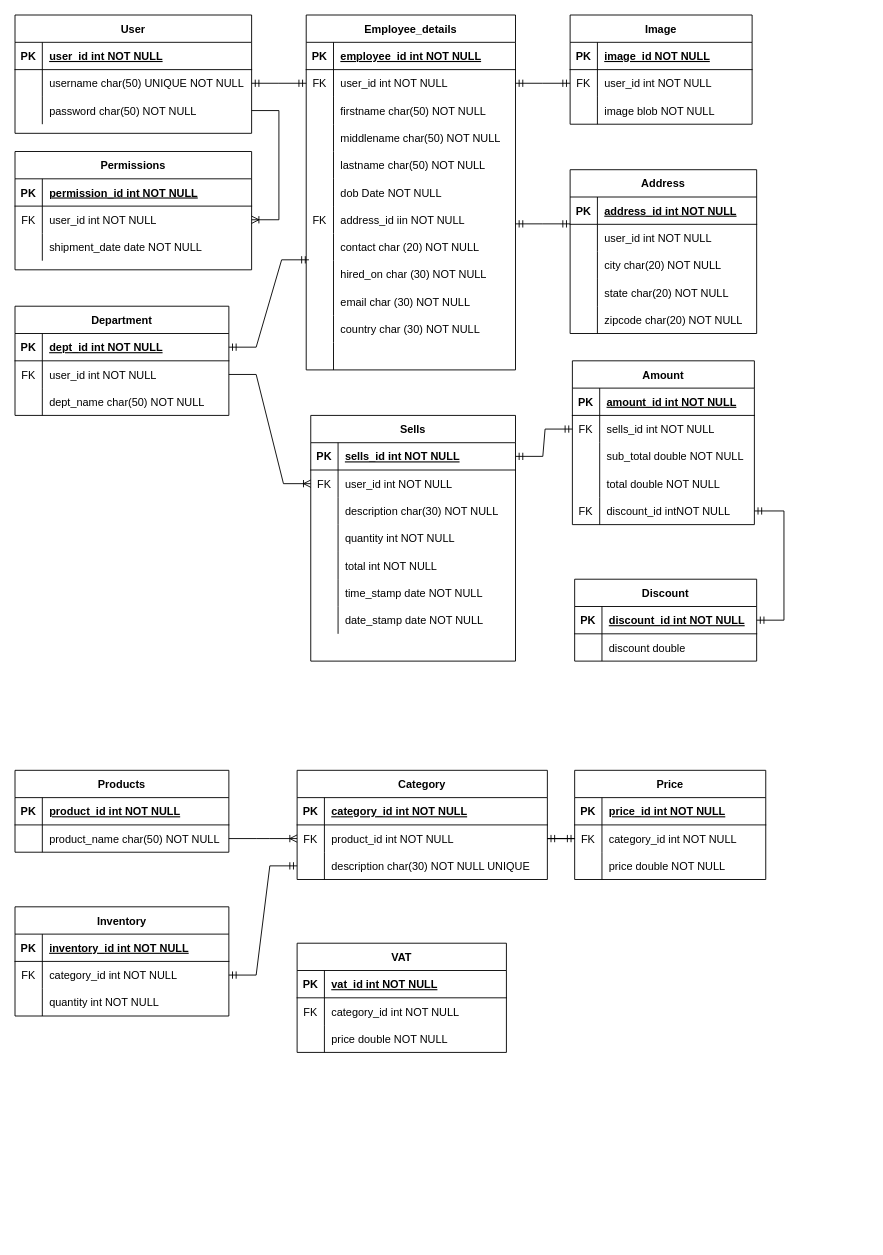
Earlier version of the draw.io diagram iInvent.drawio (redolf250/Entity-Relation-Diagrams). Source tidied: cells renumbered, new cells numbered last; positions are measured from the earlier drawing's top-left corner, leaving out a move shared by most shapes. Both pictures are drawn from the tidied source at 91%, with x=0, y=0 at pixel (15, 15).
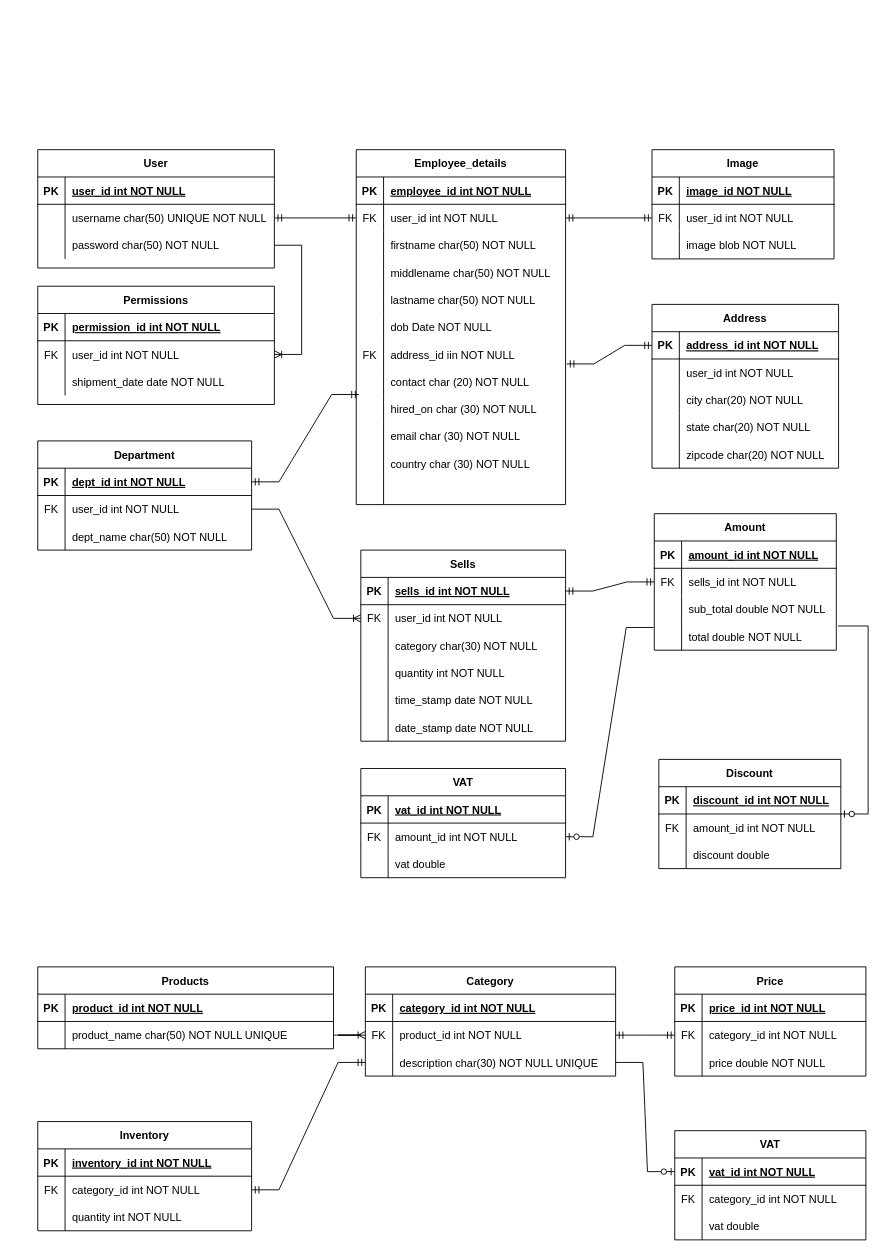
The same diagram, later.

Unchanged cells that the change refers to:
```xml
<mxCell id="21" style="shape=partialRectangle;fillColor=none;points=[[0,0.5],[1,0.5]];portConstraint=eastwest;top=0;left=0;right=0;bottom=0;" parent="2" vertex="1">
  <mxGeometry y="210" width="230" height="30" as="geometry" />
</mxCell>
<mxCell id="73" style="shape=tableRow;horizontal=0;startSize=0;swimlaneHead=0;swimlaneBody=0;fillColor=none;points=[[0,0.5],[1,0.5]];portConstraint=eastwest;top=0;left=0;right=0;bottom=1;" parent="72" vertex="1">
  <mxGeometry y="30" width="205" height="30" as="geometry" />
</mxCell>
<mxCell id="114" style="shape=tableRow;horizontal=0;startSize=0;swimlaneHead=0;swimlaneBody=0;fillColor=none;points=[[0,0.5],[1,0.5]];portConstraint=eastwest;top=0;left=0;right=0;bottom=0;" parent="107" vertex="1">
  <mxGeometry y="90" width="275" height="30" as="geometry" />
</mxCell>
<mxCell id="147" style="shape=tableRow;horizontal=0;startSize=0;swimlaneHead=0;swimlaneBody=0;fillColor=none;top=0;left=0;right=0;bottom=0;" parent="140" vertex="1">
  <mxGeometry y="90" width="225" height="30" as="geometry" />
</mxCell>
<mxCell id="170" style="shape=tableRow;horizontal=0;startSize=0;swimlaneHead=0;swimlaneBody=0;fillColor=none;points=[[0,0.5],[1,0.5]];portConstraint=eastwest;top=0;left=0;right=0;bottom=0;" parent="163" vertex="1">
  <mxGeometry y="90" width="200" height="30" as="geometry" />
</mxCell>
<mxCell id="173" style="shape=tableRow;horizontal=0;startSize=0;swimlaneHead=0;swimlaneBody=0;fillColor=none;points=[[0,0.5],[1,0.5]];portConstraint=eastwest;top=0;left=0;right=0;bottom=0;" parent="163" vertex="1">
  <mxGeometry y="120" width="200" height="30" as="geometry" />
</mxCell>
<mxCell id="194" style="shape=tableRow;horizontal=0;startSize=0;swimlaneHead=0;swimlaneBody=0;fillColor=none;top=0;left=0;right=0;bottom=0;" parent="190" vertex="1">
  <mxGeometry y="60" width="200" height="30" as="geometry" />
</mxCell>
```

Diff of the diagram source:
```diff
@@
     <mxCell id="2" value="Employee_details" style="shape=table;startSize=30;childLayout=tableLayout;rowLines=0;fontStyle=1;align=center;" parent="1" vertex="1">
-      <mxGeometry x="320" width="230" height="390" as="geometry" />
+      <mxGeometry x="375" y="148" width="230" height="390" as="geometry" />
     </mxCell>
@@
     <mxCell id="39" value="Permissions" style="shape=table;startSize=30;childLayout=tableLayout;rowLines=0;fontStyle=1;align=center;" parent="1" vertex="1">
-      <mxGeometry y="150" width="260" height="130" as="geometry" />
+      <mxGeometry x="25" y="298" width="260" height="130" as="geometry" />
     </mxCell>
@@
     <mxCell id="49" value="User" style="shape=table;startSize=30;childLayout=tableLayout;rowLines=0;fontStyle=1;align=center;" parent="1" vertex="1">
-      <mxGeometry width="260" height="130" as="geometry" />
+      <mxGeometry x="25" y="148" width="260" height="130" as="geometry" />
     </mxCell>
@@
     <mxCell id="61" value="Image" style="shape=table;startSize=30;childLayout=tableLayout;rowLines=0;fontStyle=1;align=center;" parent="1" vertex="1">
-      <mxGeometry x="610" width="200" height="120" as="geometry" />
+      <mxGeometry x="700" y="148" width="200" height="120" as="geometry" />
     </mxCell>
@@
     <mxCell id="72" value="Address" style="shape=table;startSize=30;childLayout=tableLayout;rowLines=0;fontStyle=1;align=center;" parent="1" vertex="1">
-      <mxGeometry x="610" y="170" width="205" height="180" as="geometry" />
+      <mxGeometry x="700" y="318" width="205" height="180" as="geometry" />
     </mxCell>
@@
-    <mxCell id="88" style="edgeStyle=entityRelationEdgeStyle;fontSize=12;html=1;endArrow=ERmandOne;startArrow=ERmandOne;rounded=0;entryX=0;entryY=0.5;entryDx=0;entryDy=0;exitX=1;exitY=0.5;exitDx=0;exitDy=0;" parent="1" edge="1">
-      <mxGeometry relative="1" as="geometry">
-        <mxPoint x="550" y="229.5" as="sourcePoint" />
-        <mxPoint x="610" y="229.5" as="targetPoint" />
-      </mxGeometry>
+    <mxCell id="88" style="edgeStyle=entityRelationEdgeStyle;fontSize=12;html=1;endArrow=ERmandOne;startArrow=ERmandOne;rounded=0;entryX=0;entryY=0.5;entryDx=0;entryDy=0;exitX=1.005;exitY=0.847;exitDx=0;exitDy=0;exitPerimeter=0;" parent="1" edge="1" source="21" target="73">
+      <mxGeometry relative="1" as="geometry" />
     </mxCell>
     <mxCell id="89" value="Department" style="shape=table;startSize=30;childLayout=tableLayout;rowLines=0;fontStyle=1;align=center;" parent="1" vertex="1">
-      <mxGeometry y="320" width="235" height="120" as="geometry" />
+      <mxGeometry x="25" y="468" width="235" height="120" as="geometry" />
     </mxCell>
@@
     <mxCell id="100" value="Products" style="shape=table;startSize=30;childLayout=tableLayout;rowLines=0;fontStyle=1;align=center;" parent="1" vertex="1">
-      <mxGeometry y="830" width="235" height="90" as="geometry" />
+      <mxGeometry x="25" y="1046" width="325" height="90" as="geometry" />
     </mxCell>
     <mxCell id="101" style="shape=tableRow;horizontal=0;startSize=0;swimlaneHead=0;swimlaneBody=0;fillColor=none;top=0;left=0;right=0;bottom=1;" parent="100" vertex="1">
-      <mxGeometry y="30" width="235" height="30" as="geometry" />
+      <mxGeometry y="30" width="325" height="30" as="geometry" />
     </mxCell>
@@
     <mxCell id="103" value="product_id int NOT NULL" style="shape=partialRectangle;fillColor=none;top=0;left=0;bottom=0;right=0;align=left;spacingLeft=6;fontStyle=5;overflow=hidden;" parent="101" vertex="1">
-      <mxGeometry x="30" width="205" height="30" as="geometry" />
+      <mxGeometry x="30" width="295" height="30" as="geometry" />
     </mxCell>
     <mxCell id="104" style="shape=tableRow;horizontal=0;startSize=0;swimlaneHead=0;swimlaneBody=0;fillColor=none;points=[[0,0.5],[1,0.5]];portConstraint=eastwest;top=0;left=0;right=0;bottom=0;" parent="100" vertex="1">
-      <mxGeometry y="60" width="235" height="30" as="geometry" />
+      <mxGeometry y="60" width="325" height="30" as="geometry" />
     </mxCell>
@@
-    <mxCell id="106" value="product_name char(50) NOT NULL" style="shape=partialRectangle;fillColor=none;top=0;left=0;bottom=0;right=0;align=left;spacingLeft=6;overflow=hidden;" parent="104" vertex="1">
-      <mxGeometry x="30" width="205" height="30" as="geometry" />
+    <mxCell id="106" value="product_name char(50) NOT NULL UNIQUE" style="shape=partialRectangle;fillColor=none;top=0;left=0;bottom=0;right=0;align=left;spacingLeft=6;overflow=hidden;" parent="104" vertex="1">
+      <mxGeometry x="30" width="295" height="30" as="geometry" />
     </mxCell>
     <mxCell id="107" value="Category" style="shape=table;startSize=30;childLayout=tableLayout;rowLines=0;fontStyle=1;align=center;" parent="1" vertex="1">
-      <mxGeometry x="310" y="830" width="275" height="120" as="geometry" />
+      <mxGeometry x="385" y="1046" width="275" height="120" as="geometry" />
     </mxCell>
@@
     <mxCell id="118" value="Price" style="shape=table;startSize=30;childLayout=tableLayout;rowLines=0;fontStyle=1;align=center;" parent="1" vertex="1">
-      <mxGeometry x="615" y="830" width="210" height="120" as="geometry" />
+      <mxGeometry x="725" y="1046" width="210" height="120" as="geometry" />
     </mxCell>
@@
     <mxCell id="129" value="Inventory" style="shape=table;startSize=30;childLayout=tableLayout;rowLines=0;fontStyle=1;align=center;" parent="1" vertex="1">
-      <mxGeometry y="980" width="235" height="120" as="geometry" />
+      <mxGeometry x="25" y="1216" width="235" height="120" as="geometry" />
     </mxCell>
@@
     <mxCell id="140" value="Sells" style="shape=table;startSize=30;childLayout=tableLayout;rowLines=0;fontStyle=1;align=center;" parent="1" vertex="1">
-      <mxGeometry x="325" y="440" width="225" height="270" as="geometry" />
+      <mxGeometry x="380" y="588" width="225" height="210" as="geometry" />
     </mxCell>
@@
-    <mxCell id="149" value="description char(30) NOT NULL" style="shape=partialRectangle;fillColor=none;top=0;left=0;bottom=0;right=0;align=left;spacingLeft=6;overflow=hidden;" parent="147" vertex="1">
+    <mxCell id="149" value="category char(30) NOT NULL" style="shape=partialRectangle;fillColor=none;top=0;left=0;bottom=0;right=0;align=left;spacingLeft=6;overflow=hidden;" parent="147" vertex="1">
       <mxGeometry x="30" width="195" height="30" as="geometry" />
     </mxCell>
@@
-    <mxCell id="153" style="shape=tableRow;horizontal=0;startSize=0;swimlaneHead=0;swimlaneBody=0;fillColor=none;top=0;left=0;right=0;bottom=0;" parent="140" vertex="1">
-      <mxGeometry y="150" width="225" height="30" as="geometry" />
-    </mxCell>
-    <mxCell id="154" style="shape=partialRectangle;fillColor=none;top=0;left=0;bottom=0;right=0;overflow=hidden;" parent="153" vertex="1">
-      <mxGeometry width="30" height="30" as="geometry" />
-    </mxCell>
-    <mxCell id="155" value="total int NOT NULL" style="shape=partialRectangle;fillColor=none;top=0;left=0;bottom=0;right=0;align=left;spacingLeft=6;overflow=hidden;" parent="153" vertex="1">
-      <mxGeometry x="30" width="195" height="30" as="geometry" />
-    </mxCell>
     <mxCell id="156" style="shape=tableRow;horizontal=0;startSize=0;swimlaneHead=0;swimlaneBody=0;fillColor=none;top=0;left=0;right=0;bottom=0;" parent="140" vertex="1">
-      <mxGeometry y="180" width="225" height="30" as="geometry" />
+      <mxGeometry y="150" width="225" height="30" as="geometry" />
     </mxCell>
@@
     <mxCell id="159" style="shape=tableRow;horizontal=0;startSize=0;swimlaneHead=0;swimlaneBody=0;fillColor=none;top=0;left=0;right=0;bottom=0;" parent="140" vertex="1">
-      <mxGeometry y="210" width="225" height="30" as="geometry" />
+      <mxGeometry y="180" width="225" height="30" as="geometry" />
     </mxCell>
@@
     <mxCell id="163" value="Amount" style="shape=table;startSize=30;childLayout=tableLayout;rowLines=0;fontStyle=1;align=center;" parent="1" vertex="1">
-      <mxGeometry x="612.5" y="380" width="200" height="180" as="geometry" />
+      <mxGeometry x="702.5" y="548" width="200" height="150" as="geometry" />
     </mxCell>
@@
-    <mxCell id="176" style="shape=tableRow;horizontal=0;startSize=0;swimlaneHead=0;swimlaneBody=0;fillColor=none;points=[[0,0.5],[1,0.5]];portConstraint=eastwest;top=0;left=0;right=0;bottom=0;" parent="163" vertex="1">
-      <mxGeometry y="150" width="200" height="30" as="geometry" />
-    </mxCell>
-    <mxCell id="177" value="FK" style="shape=partialRectangle;fillColor=none;top=0;left=0;bottom=0;right=0;overflow=hidden;" parent="176" vertex="1">
-      <mxGeometry width="30" height="30" as="geometry" />
-    </mxCell>
-    <mxCell id="178" value="discount_id intNOT NULL" style="shape=partialRectangle;fillColor=none;top=0;left=0;bottom=0;right=0;align=left;spacingLeft=6;overflow=hidden;" parent="176" vertex="1">
-      <mxGeometry x="30" width="170" height="30" as="geometry" />
-    </mxCell>
@@
     <mxCell id="180" value="VAT" style="shape=table;startSize=30;childLayout=tableLayout;rowLines=0;fontStyle=1;align=center;" parent="1" vertex="1">
-      <mxGeometry x="310" y="1020" width="230" height="120" as="geometry" />
+      <mxGeometry x="380" y="828" width="225" height="120" as="geometry" />
     </mxCell>
     <mxCell id="181" style="shape=tableRow;horizontal=0;startSize=0;swimlaneHead=0;swimlaneBody=0;fillColor=none;top=0;left=0;right=0;bottom=1;" parent="180" vertex="1">
-      <mxGeometry y="30" width="230" height="30" as="geometry" />
+      <mxGeometry y="30" width="225" height="30" as="geometry" />
     </mxCell>
@@
     <mxCell id="183" value="vat_id int NOT NULL" style="shape=partialRectangle;fillColor=none;top=0;left=0;bottom=0;right=0;align=left;spacingLeft=6;fontStyle=5;overflow=hidden;" parent="181" vertex="1">
-      <mxGeometry x="30" width="200" height="30" as="geometry" />
+      <mxGeometry x="30" width="195" height="30" as="geometry" />
     </mxCell>
     <mxCell id="184" style="shape=tableRow;horizontal=0;startSize=0;swimlaneHead=0;swimlaneBody=0;fillColor=none;points=[[0,0.5],[1,0.5]];portConstraint=eastwest;top=0;left=0;right=0;bottom=0;" parent="180" vertex="1">
-      <mxGeometry y="60" width="230" height="30" as="geometry" />
+      <mxGeometry y="60" width="225" height="30" as="geometry" />
     </mxCell>
@@
-    <mxCell id="186" value="category_id int NOT NULL" style="shape=partialRectangle;fillColor=none;top=0;left=0;bottom=0;right=0;align=left;spacingLeft=6;overflow=hidden;" parent="184" vertex="1">
-      <mxGeometry x="30" width="200" height="30" as="geometry" />
+    <mxCell id="186" value="amount_id int NOT NULL" style="shape=partialRectangle;fillColor=none;top=0;left=0;bottom=0;right=0;align=left;spacingLeft=6;overflow=hidden;" parent="184" vertex="1">
+      <mxGeometry x="30" width="195" height="30" as="geometry" />
     </mxCell>
     <mxCell id="187" style="shape=tableRow;horizontal=0;startSize=0;swimlaneHead=0;swimlaneBody=0;fillColor=none;top=0;left=0;right=0;bottom=0;" parent="180" vertex="1">
-      <mxGeometry y="90" width="230" height="30" as="geometry" />
+      <mxGeometry y="90" width="225" height="30" as="geometry" />
     </mxCell>
@@
-    <mxCell id="189" value="price double NOT NULL" style="shape=partialRectangle;fillColor=none;top=0;left=0;bottom=0;right=0;align=left;spacingLeft=6;overflow=hidden;" parent="187" vertex="1">
-      <mxGeometry x="30" width="200" height="30" as="geometry" />
+    <mxCell id="189" value="vat double " style="shape=partialRectangle;fillColor=none;top=0;left=0;bottom=0;right=0;align=left;spacingLeft=6;overflow=hidden;" parent="187" vertex="1">
+      <mxGeometry x="30" width="195" height="30" as="geometry" />
     </mxCell>
     <mxCell id="190" value="Discount" style="shape=table;startSize=30;childLayout=tableLayout;rowLines=0;fontStyle=1;align=center;" parent="1" vertex="1">
-      <mxGeometry x="615" y="620" width="200" height="90" as="geometry" />
+      <mxGeometry x="707.5" y="818" width="200" height="120" as="geometry" />
     </mxCell>
@@
-    <mxCell id="195" style="shape=partialRectangle;fillColor=none;top=0;left=0;bottom=0;right=0;overflow=hidden;" parent="194" vertex="1">
+    <mxCell id="195" value="FK" style="shape=partialRectangle;fillColor=none;top=0;left=0;bottom=0;right=0;overflow=hidden;" parent="194" vertex="1">
       <mxGeometry width="30" height="30" as="geometry" />
     </mxCell>
-    <mxCell id="196" value="discount double" style="shape=partialRectangle;fillColor=none;top=0;left=0;bottom=0;right=0;align=left;spacingLeft=6;overflow=hidden;" parent="194" vertex="1">
+    <mxCell id="196" value="amount_id int NOT NULL" style="shape=partialRectangle;fillColor=none;top=0;left=0;bottom=0;right=0;align=left;spacingLeft=6;overflow=hidden;" parent="194" vertex="1">
       <mxGeometry x="30" width="170" height="30" as="geometry" />
     </mxCell>
-    <mxCell id="197" style="edgeStyle=entityRelationEdgeStyle;fontSize=12;html=1;endArrow=ERmandOne;startArrow=ERmandOne;rounded=0;exitX=1;exitY=0.5;exitDx=0;exitDy=0;" parent="1" edge="1" source="176" target="190">
-      <mxGeometry relative="1" as="geometry" />
-    </mxCell>
+    <mxCell id="198" style="shape=tableRow;horizontal=0;startSize=0;swimlaneHead=0;swimlaneBody=0;fillColor=none;top=0;left=0;right=0;bottom=0;" parent="190" vertex="1">
+      <mxGeometry y="90" width="200" height="30" as="geometry" />
+    </mxCell>
+    <mxCell id="199" style="shape=partialRectangle;fillColor=none;top=0;left=0;bottom=0;right=0;overflow=hidden;" parent="198" vertex="1">
+      <mxGeometry width="30" height="30" as="geometry" />
+    </mxCell>
+    <mxCell id="200" value="discount double" style="shape=partialRectangle;fillColor=none;top=0;left=0;bottom=0;right=0;align=left;spacingLeft=6;overflow=hidden;" parent="198" vertex="1">
+      <mxGeometry x="30" width="170" height="30" as="geometry" />
+    </mxCell>
+    <mxCell id="201" style="edgeStyle=entityRelationEdgeStyle;fontSize=12;html=1;endArrow=ERzeroToOne;endFill=1;rounded=0;shadow=0;exitX=1.009;exitY=1.113;exitDx=0;exitDy=0;exitPerimeter=0;" parent="1" edge="1" source="170" target="190">
+      <mxGeometry relative="1" as="geometry" />
+    </mxCell>
+    <mxCell id="202" value="VAT" style="shape=table;startSize=30;childLayout=tableLayout;rowLines=0;fontStyle=1;align=center;" parent="1" vertex="1">
+      <mxGeometry x="725" y="1226" width="210" height="120" as="geometry" />
+    </mxCell>
+    <mxCell id="203" style="shape=tableRow;horizontal=0;startSize=0;swimlaneHead=0;swimlaneBody=0;fillColor=none;points=[[0,0.5],[1,0.5]];portConstraint=eastwest;top=0;left=0;right=0;bottom=1;" parent="202" vertex="1">
+      <mxGeometry y="30" width="210" height="30" as="geometry" />
+    </mxCell>
+    <mxCell id="204" value="PK" style="shape=partialRectangle;fillColor=none;top=0;left=0;bottom=0;right=0;fontStyle=1;overflow=hidden;" parent="203" vertex="1">
+      <mxGeometry width="30" height="30" as="geometry" />
+    </mxCell>
+    <mxCell id="205" value="vat_id int NOT NULL" style="shape=partialRectangle;fillColor=none;top=0;left=0;bottom=0;right=0;align=left;spacingLeft=6;fontStyle=5;overflow=hidden;" parent="203" vertex="1">
+      <mxGeometry x="30" width="180" height="30" as="geometry" />
+    </mxCell>
+    <mxCell id="206" style="shape=tableRow;horizontal=0;startSize=0;swimlaneHead=0;swimlaneBody=0;fillColor=none;top=0;left=0;right=0;bottom=0;" parent="202" vertex="1">
+      <mxGeometry y="60" width="210" height="30" as="geometry" />
+    </mxCell>
+    <mxCell id="177" value="FK" style="shape=partialRectangle;fillColor=none;top=0;left=0;bottom=0;right=0;overflow=hidden;" parent="206" vertex="1">
+      <mxGeometry width="30" height="30" as="geometry" />
+    </mxCell>
+    <mxCell id="207" value="category_id int NOT NULL" style="shape=partialRectangle;fillColor=none;top=0;left=0;bottom=0;right=0;align=left;spacingLeft=6;overflow=hidden;" parent="206" vertex="1">
+      <mxGeometry x="30" width="180" height="30" as="geometry" />
+    </mxCell>
+    <mxCell id="208" style="shape=tableRow;horizontal=0;startSize=0;swimlaneHead=0;swimlaneBody=0;fillColor=none;top=0;left=0;right=0;bottom=0;" parent="202" vertex="1">
+      <mxGeometry y="90" width="210" height="30" as="geometry" />
+    </mxCell>
+    <mxCell id="209" style="shape=partialRectangle;fillColor=none;top=0;left=0;bottom=0;right=0;overflow=hidden;" parent="208" vertex="1">
+      <mxGeometry width="30" height="30" as="geometry" />
+    </mxCell>
+    <mxCell id="210" value="vat double " style="shape=partialRectangle;fillColor=none;top=0;left=0;bottom=0;right=0;align=left;spacingLeft=6;overflow=hidden;" parent="208" vertex="1">
+      <mxGeometry x="30" width="180" height="30" as="geometry" />
+    </mxCell>
+    <mxCell id="211" style="edgeStyle=entityRelationEdgeStyle;fontSize=12;html=1;endArrow=ERzeroToOne;endFill=1;rounded=0;shadow=0;exitX=1;exitY=0.5;exitDx=0;exitDy=0;entryX=0;entryY=0.5;entryDx=0;entryDy=0;" parent="1" edge="1" source="114" target="203">
+      <mxGeometry relative="1" as="geometry" />
+    </mxCell>
+    <mxCell id="212" style="edgeStyle=entityRelationEdgeStyle;fontSize=12;html=1;endArrow=ERzeroToOne;endFill=1;rounded=0;shadow=0;exitX=-0.004;exitY=0.167;exitDx=0;exitDy=0;entryX=1;entryY=0.5;entryDx=0;entryDy=0;exitPerimeter=0;" parent="1" edge="1" source="173" target="184">
+      <mxGeometry relative="1" as="geometry" />
+    </mxCell>
```
